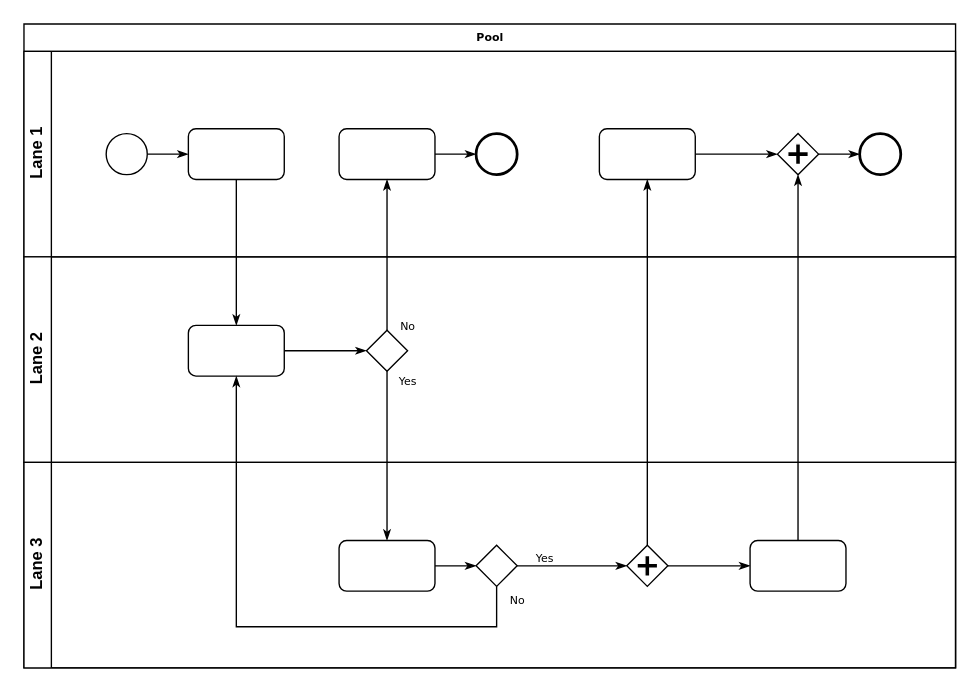
The draw.io diagram Untitled Diagram.drawio in nurkhamid/NurKhamid, before the edit. Source tidied: cells renumbered, new cells numbered last; positions are measured from the earlier drawing's top-left corner, leaving out a move shared by most shapes. Both pictures are drawn from the tidied source at 137%, with x=0, y=0 at pixel (23, 23).
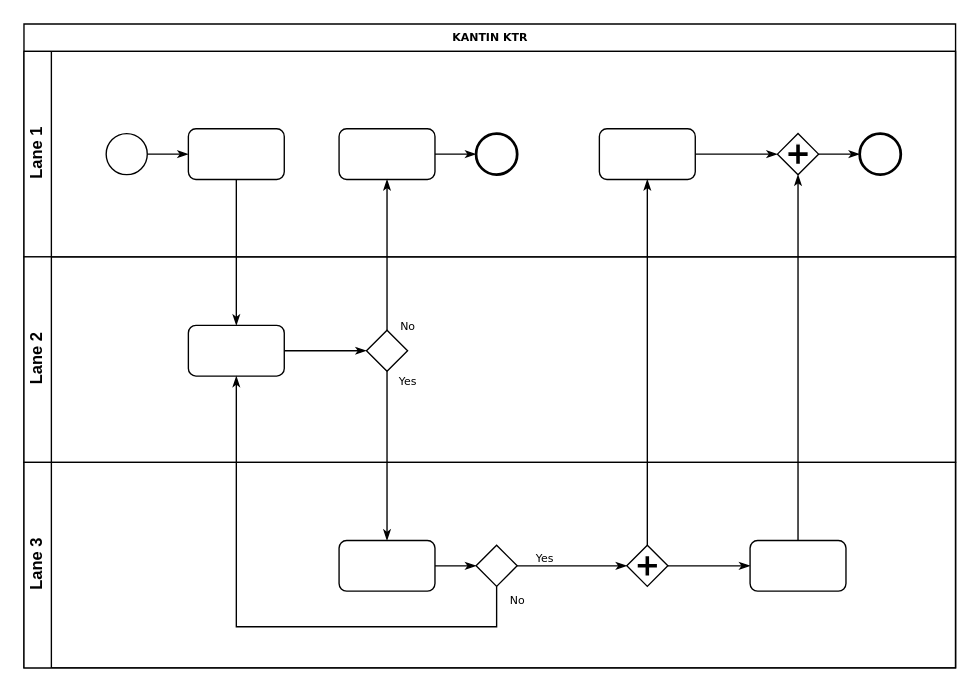
Above is the later version.

Change to the diagram source:
```diff
@@
-    <mxCell id="2" value="Pool" style="swimlane;html=1;horizontal=1;startSize=20;rounded=0;shadow=0;labelBackgroundColor=none;strokeWidth=1;fontFamily=Verdana;fontSize=8;align=center;" parent="1" vertex="1">
+    <mxCell id="2" value="KANTIN KTR" style="swimlane;html=1;horizontal=1;startSize=20;rounded=0;shadow=0;labelBackgroundColor=none;strokeWidth=1;fontFamily=Verdana;fontSize=8;align=center;" parent="1" vertex="1">
       <mxGeometry width="680" height="470" as="geometry" />
     </mxCell>
```
